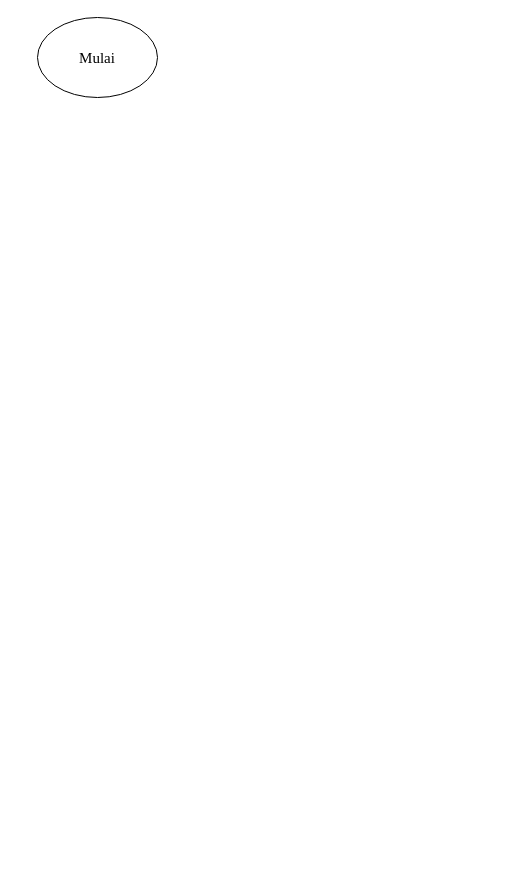
This is sfm_meshroom.drawio from dhanyyudi/filediagramalir, a draw.io file, before an edit. Source tidied: cells renumbered, new cells numbered last; positions are measured from the earlier drawing's top-left corner, leaving out a move shared by most shapes. Both pictures are drawn from the tidied source at 100%, with x=0, y=0 at pixel (37, 17).
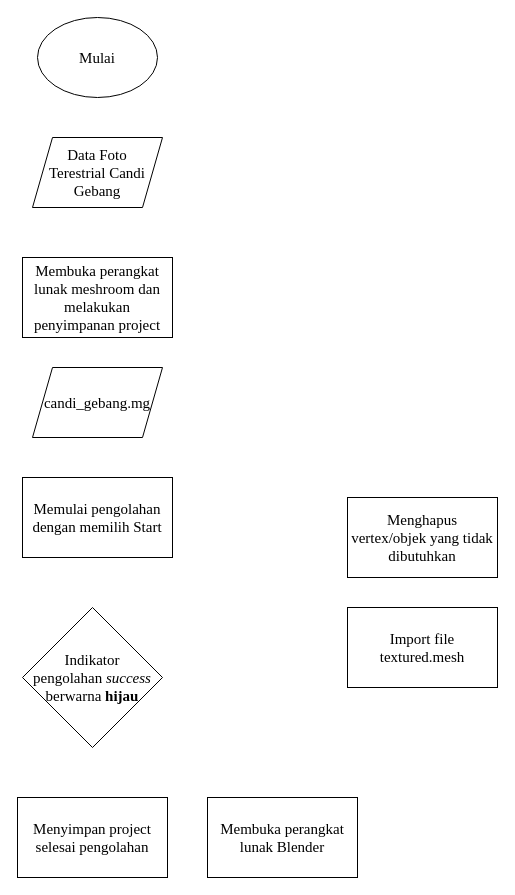
The same page after the edit.

Change to the diagram source:
```diff
@@
 <mxGraphModel>
   <root>
     <mxCell id="0" />
     <mxCell id="1" parent="0" />
     <mxCell id="2" value="&lt;font face=&quot;Times New Roman&quot; style=&quot;font-size: 15px&quot;&gt;Mulai&lt;/font&gt;" style="ellipse;whiteSpace=wrap;html=1;" parent="1" vertex="1">
       <mxGeometry width="120" height="80" as="geometry" />
     </mxCell>
+    <mxCell id="3" value="Data Foto &lt;br&gt;Terestrial Candi Gebang" style="shape=parallelogram;perimeter=parallelogramPerimeter;whiteSpace=wrap;html=1;fixedSize=1;fontFamily=Times New Roman;fontSize=15;" parent="1" vertex="1">
+      <mxGeometry x="-5" y="120" width="130" height="70" as="geometry" />
+    </mxCell>
+    <mxCell id="4" value="Membuka perangkat lunak meshroom dan melakukan penyimpanan project" style="rounded=0;whiteSpace=wrap;html=1;fontFamily=Times New Roman;fontSize=15;" parent="1" vertex="1">
+      <mxGeometry x="-15" y="240" width="150" height="80" as="geometry" />
+    </mxCell>
+    <mxCell id="5" value="candi_gebang.mg" style="shape=parallelogram;perimeter=parallelogramPerimeter;whiteSpace=wrap;html=1;fixedSize=1;fontFamily=Times New Roman;fontSize=15;" parent="1" vertex="1">
+      <mxGeometry x="-5" y="350" width="130" height="70" as="geometry" />
+    </mxCell>
+    <mxCell id="6" value="Memulai pengolahan dengan memilih Start" style="rounded=0;whiteSpace=wrap;html=1;fontFamily=Times New Roman;fontSize=15;" parent="1" vertex="1">
+      <mxGeometry x="-15" y="460" width="150" height="80" as="geometry" />
+    </mxCell>
+    <mxCell id="7" value="Indikator &lt;br&gt;pengolahan &lt;i&gt;success&lt;/i&gt; berwarna &lt;b&gt;hijau&lt;/b&gt;" style="rhombus;whiteSpace=wrap;html=1;fontFamily=Times New Roman;fontSize=15;" parent="1" vertex="1">
+      <mxGeometry x="-15" y="590" width="140" height="140" as="geometry" />
+    </mxCell>
+    <mxCell id="8" value="Menyimpan project selesai pengolahan" style="rounded=0;whiteSpace=wrap;html=1;fontFamily=Times New Roman;fontSize=15;" parent="1" vertex="1">
+      <mxGeometry x="-20" y="780" width="150" height="80" as="geometry" />
+    </mxCell>
+    <mxCell id="9" value="Membuka perangkat lunak Blender" style="rounded=0;whiteSpace=wrap;html=1;fontFamily=Times New Roman;fontSize=15;" parent="1" vertex="1">
+      <mxGeometry x="170" y="780" width="150" height="80" as="geometry" />
+    </mxCell>
+    <mxCell id="10" value="Import file textured.mesh" style="rounded=0;whiteSpace=wrap;html=1;fontFamily=Times New Roman;fontSize=15;" parent="1" vertex="1">
+      <mxGeometry x="310" y="590" width="150" height="80" as="geometry" />
+    </mxCell>
+    <mxCell id="11" value="Menghapus vertex/objek yang tidak dibutuhkan" style="rounded=0;whiteSpace=wrap;html=1;fontFamily=Times New Roman;fontSize=15;" parent="1" vertex="1">
+      <mxGeometry x="310" y="480" width="150" height="80" as="geometry" />
+    </mxCell>
   </root>
 </mxGraphModel>
```
